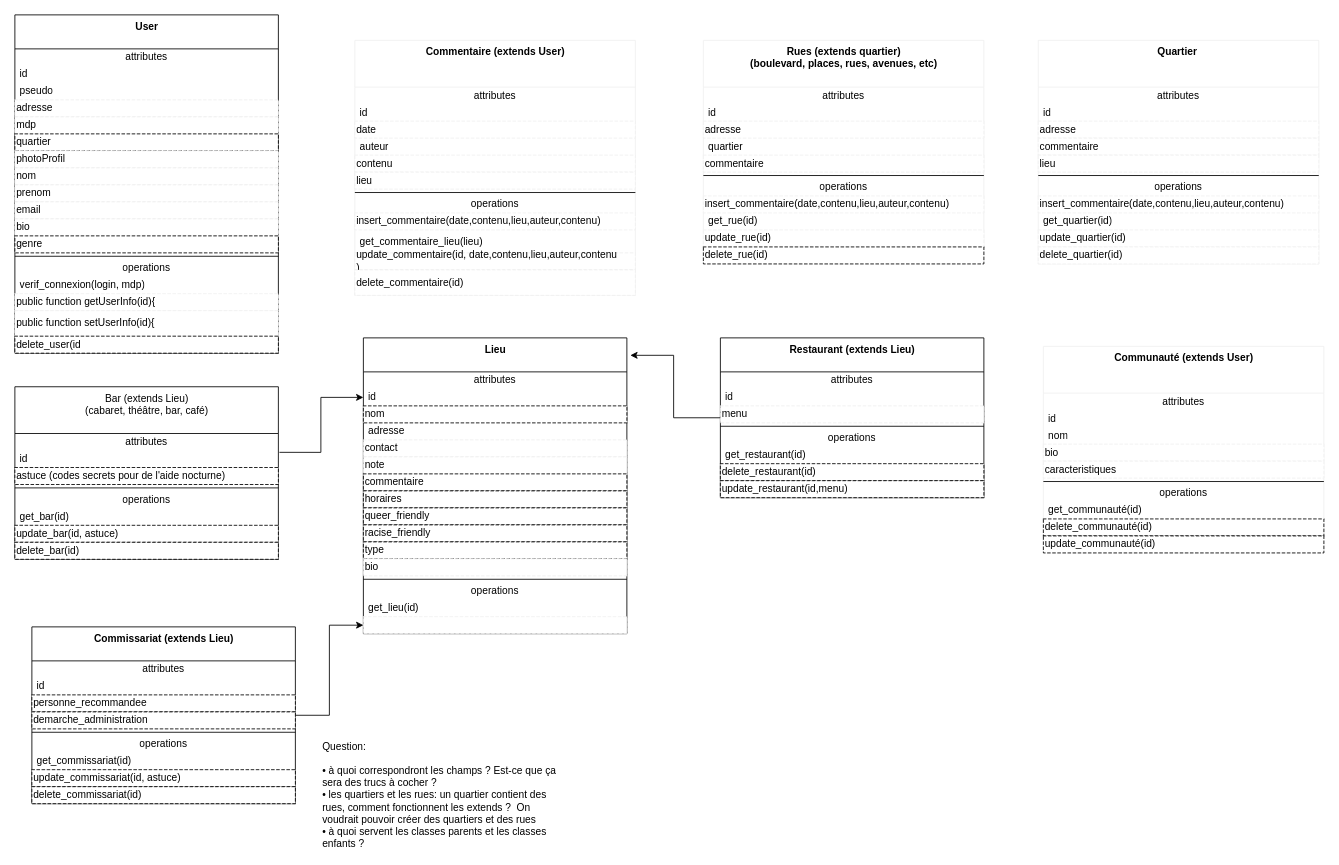
The draw.io diagram class/analyse/analyse.drawio in Lison-creator/home_safe, before the edit. Source tidied: cells renumbered, new cells numbered last; positions are measured from the earlier drawing's top-left corner, leaving out a move shared by most shapes. Both pictures are drawn from the tidied source at 85%, with x=0, y=0 at pixel (14, 14).
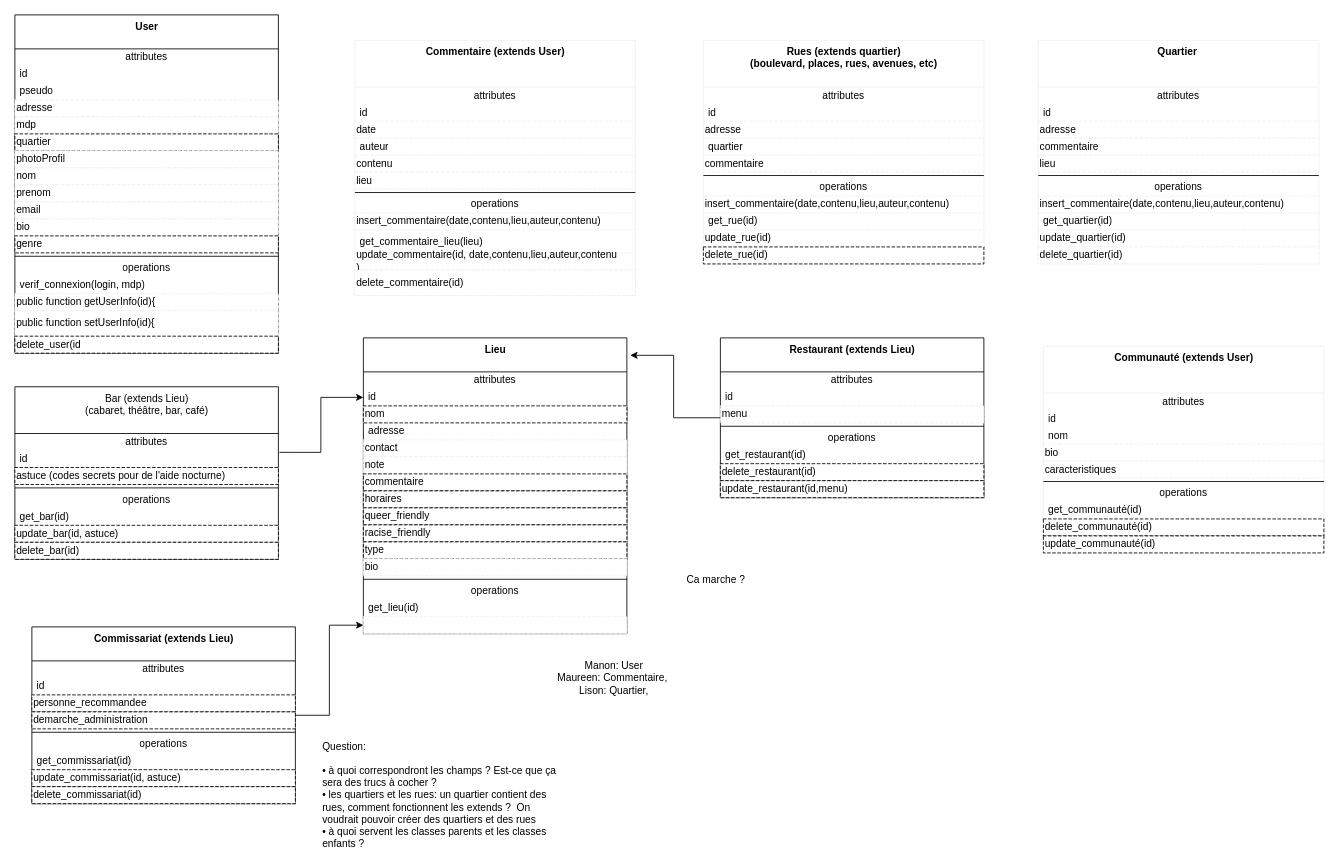
The same page after the edit.

The edit, as a diff of the source:
```diff
@@
+    <mxCell id="118" value="Manon: User&lt;br&gt;Maureen: Commentaire,&amp;nbsp;&lt;br&gt;Lison: Quartier," style="text;html=1;strokeColor=none;fillColor=none;align=center;verticalAlign=middle;whiteSpace=wrap;rounded=0;" parent="1" vertex="1">
+      <mxGeometry x="610" y="770" width="190" height="20" as="geometry" />
+    </mxCell>
+    <mxCell id="119" value="Ca marche ?" style="text;html=1;strokeColor=none;fillColor=none;align=center;verticalAlign=middle;whiteSpace=wrap;rounded=0;" parent="1" vertex="1">
+      <mxGeometry x="650" y="570" width="350" height="190" as="geometry" />
+    </mxCell>
```
